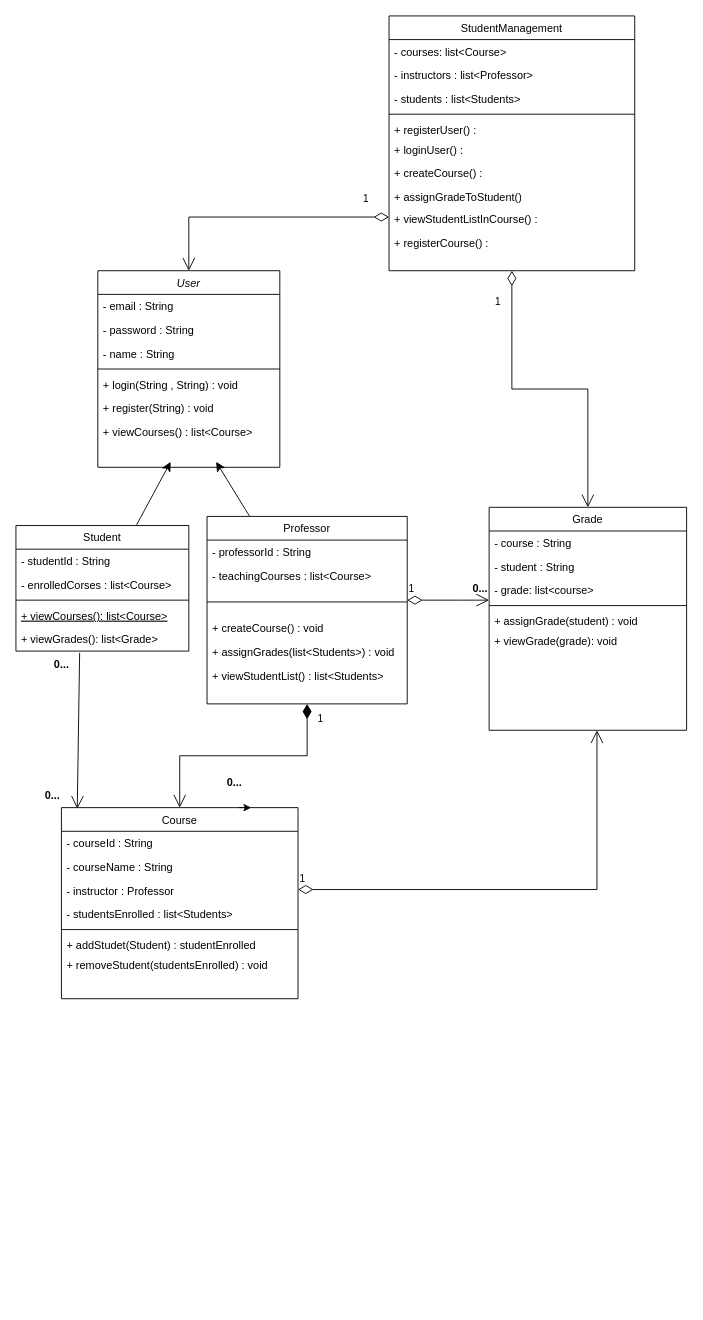
This is SystemStudentManagement2.drawio from mercybabayemi/StudentCourseMangement, a draw.io file, before an edit. Source tidied: cells renumbered, new cells numbered last; positions are measured from the earlier drawing's top-left corner, leaving out a move shared by most shapes. Both pictures are drawn from the tidied source at 91%, with x=0, y=0 at pixel (15, 15).
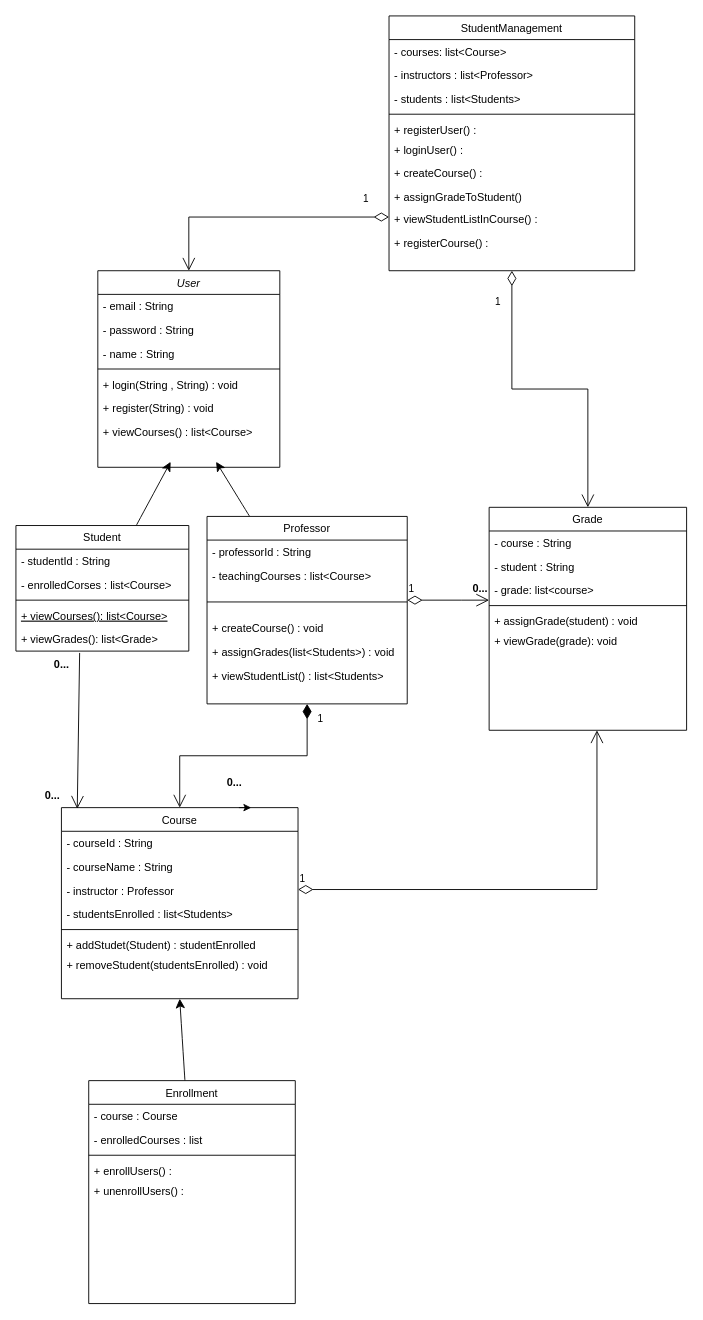
Above is the later version.

The change refers to these unchanged cells:
```xml
<mxCell id="25" value="Course" style="swimlane;fontStyle=0;align=center;verticalAlign=top;horizontal=1;startSize=26;rounded=0;shadow=0;strokeWidth=1;" parent="1" vertex="1">
  <mxGeometry x="50" y="870" width="260" height="210" as="geometry" />
</mxCell>
```

What changed in the source:
```diff
@@
+    <mxCell id="62" style="edgeStyle=none;curved=1;rounded=0;jettySize=auto;html=1;entryX=0.5;entryY=1;entryDx=0;entryDy=0;fontSize=12;startSize=8;endSize=8;" parent="1" edge="1" source="63" target="25">
+      <mxGeometry relative="1" as="geometry" />
+    </mxCell>
+    <mxCell id="63" value="Enrollment" style="swimlane;fontStyle=0;align=center;verticalAlign=top;horizontal=1;startSize=26;rounded=0;shadow=0;strokeWidth=1;" parent="1" vertex="1">
+      <mxGeometry x="80" y="1170" width="227" height="245" as="geometry" />
+    </mxCell>
+    <mxCell id="64" value="- course : Course" style="text;align=left;verticalAlign=top;spacingLeft=4;spacingRight=4;overflow=hidden;" parent="63" vertex="1">
+      <mxGeometry y="26" width="227" height="26" as="geometry" />
+    </mxCell>
+    <mxCell id="65" value="- enrolledCourses : list" style="text;align=left;verticalAlign=top;spacingLeft=4;spacingRight=4;overflow=hidden;rounded=0;shadow=0;html=0;" parent="63" vertex="1">
+      <mxGeometry y="52" width="227" height="26" as="geometry" />
+    </mxCell>
+    <mxCell id="66" style="line;html=1;strokeWidth=1;align=left;verticalAlign=middle;spacingTop=-1;spacingLeft=3;spacingRight=3;labelPosition=right;" parent="63" vertex="1">
+      <mxGeometry y="78" width="227" height="8" as="geometry" />
+    </mxCell>
+    <mxCell id="67" value="+ enrollUsers() :" style="text;align=left;verticalAlign=top;spacingLeft=4;spacingRight=4;overflow=hidden;" parent="63" vertex="1">
+      <mxGeometry y="86" width="227" height="22" as="geometry" />
+    </mxCell>
+    <mxCell id="68" value="+ unenrollUsers() :" style="text;strokeColor=none;fillColor=none;align=left;verticalAlign=top;spacingLeft=4;spacingRight=4;overflow=hidden;whiteSpace=wrap;html=1;" parent="63" vertex="1">
+      <mxGeometry y="108" width="227" height="26" as="geometry" />
+    </mxCell>
```
